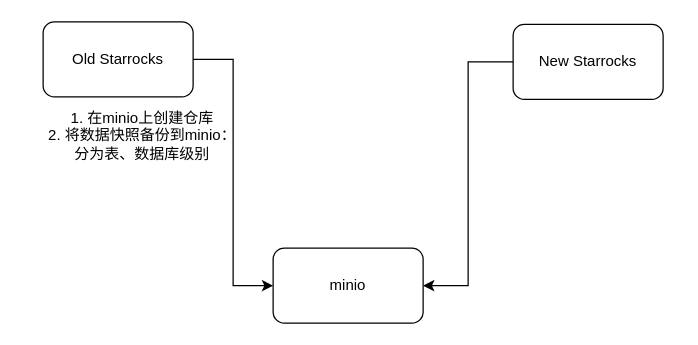
Before: Starrocks数据迁移到新集群.drawio in david-gao1/diagrams, a draw.io diagram. Source tidied: cells renumbered, new cells numbered last; positions are measured from the earlier drawing's top-left corner, leaving out a move shared by most shapes. Both pictures are drawn from the tidied source at 125%, with x=0, y=0 at pixel (36, 21).
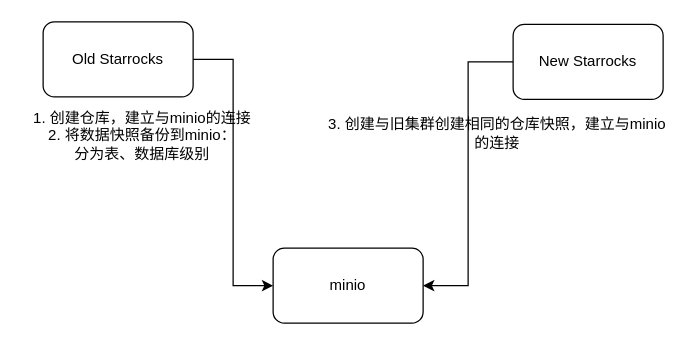
After the change.

Commit message (it also covers changes not shown here):
更新Starrocks数据迁移到新集群.drawio

Change to the diagram source:
```diff
@@
 <mxGraphModel>
   <root>
     <mxCell id="0" />
     <mxCell id="1" parent="0" />
     <mxCell id="2" style="edgeStyle=orthogonalEdgeStyle;rounded=0;jettySize=auto;html=1;entryX=0;entryY=0.5;entryDx=0;entryDy=0;" parent="1" edge="1" source="3" target="6">
       <mxGeometry relative="1" as="geometry" />
     </mxCell>
     <mxCell id="3" value="Old Starrocks" style="rounded=1;whiteSpace=wrap;html=1;" parent="1" vertex="1">
       <mxGeometry x="5" width="120" height="60" as="geometry" />
     </mxCell>
     <mxCell id="4" style="edgeStyle=orthogonalEdgeStyle;rounded=0;jettySize=auto;html=1;entryX=1;entryY=0.5;entryDx=0;entryDy=0;" parent="1" edge="1" source="5" target="6">
       <mxGeometry relative="1" as="geometry" />
     </mxCell>
     <mxCell id="5" value="New Starrocks" style="rounded=1;whiteSpace=wrap;html=1;" parent="1" vertex="1">
       <mxGeometry x="381" y="2" width="120" height="60" as="geometry" />
     </mxCell>
     <mxCell id="6" value="minio" style="rounded=1;whiteSpace=wrap;html=1;" parent="1" vertex="1">
       <mxGeometry x="189" y="181" width="120" height="60" as="geometry" />
     </mxCell>
-    <mxCell id="7" value="1. 在minio上创建仓库&lt;br&gt;2. 将数据快照备份到minio：&lt;br&gt;分为表、数据库级别" style="text;html=1;align=center;verticalAlign=middle;strokeColor=none;fillColor=none;" parent="1" vertex="1">
-      <mxGeometry y="63" width="168" height="55" as="geometry" />
+    <mxCell id="7" value="1. 创建仓库，建立与minio的连接&lt;br&gt;2. 将数据快照备份到minio：&lt;br&gt;分为表、数据库级别" style="text;html=1;align=center;verticalAlign=middle;strokeColor=none;fillColor=none;" parent="1" vertex="1">
+      <mxGeometry x="-12" y="63" width="192" height="55" as="geometry" />
     </mxCell>
+    <mxCell id="8" value="3. 创建与旧集群创建相同的仓库快照，建立与minio&lt;br&gt;的连接" style="text;html=1;align=center;verticalAlign=middle;strokeColor=none;fillColor=none;" parent="1" vertex="1">
+      <mxGeometry x="224" y="68" width="288" height="41" as="geometry" />
+    </mxCell>
   </root>
 </mxGraphModel>
```
